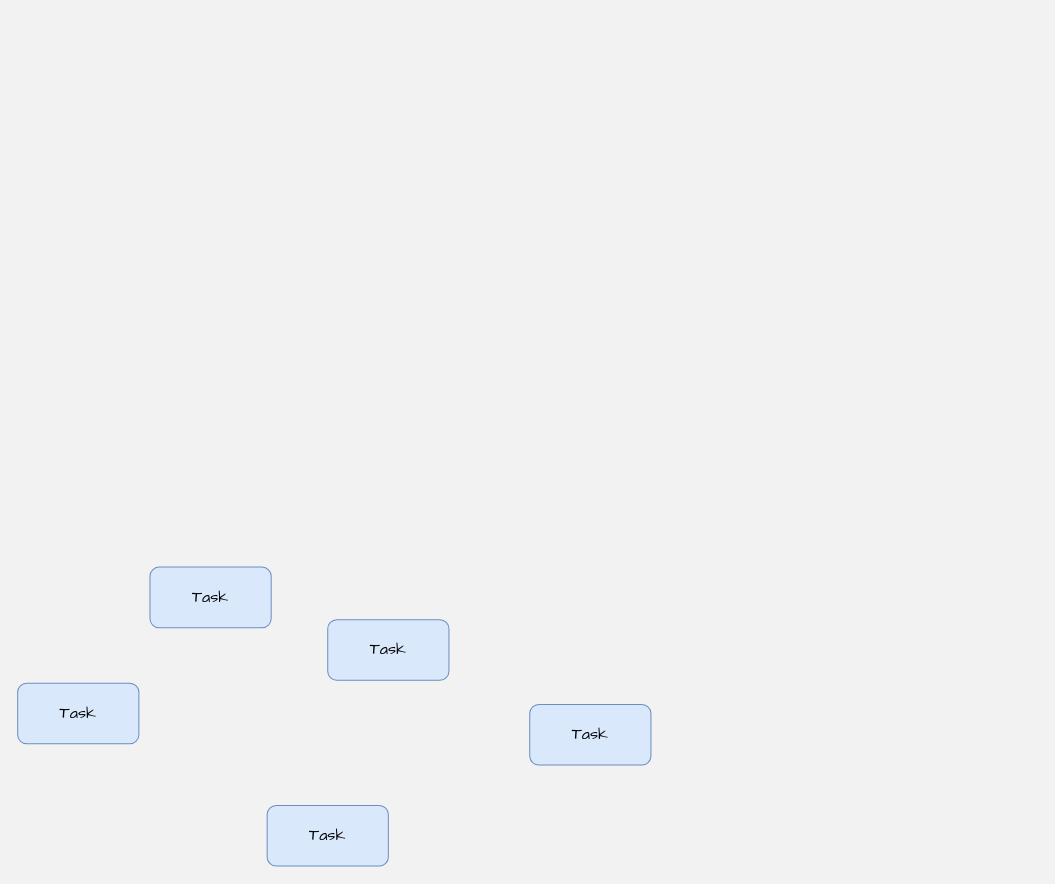
The draw.io diagram Untitled Diagram.drawio in Chouee/pic-bed, before the edit. Source tidied: cells renumbered, new cells numbered last; positions are measured from the earlier drawing's top-left corner, leaving out a move shared by most shapes. Both pictures are drawn from the tidied source at 101%, with x=0, y=0 at pixel (17, 567).
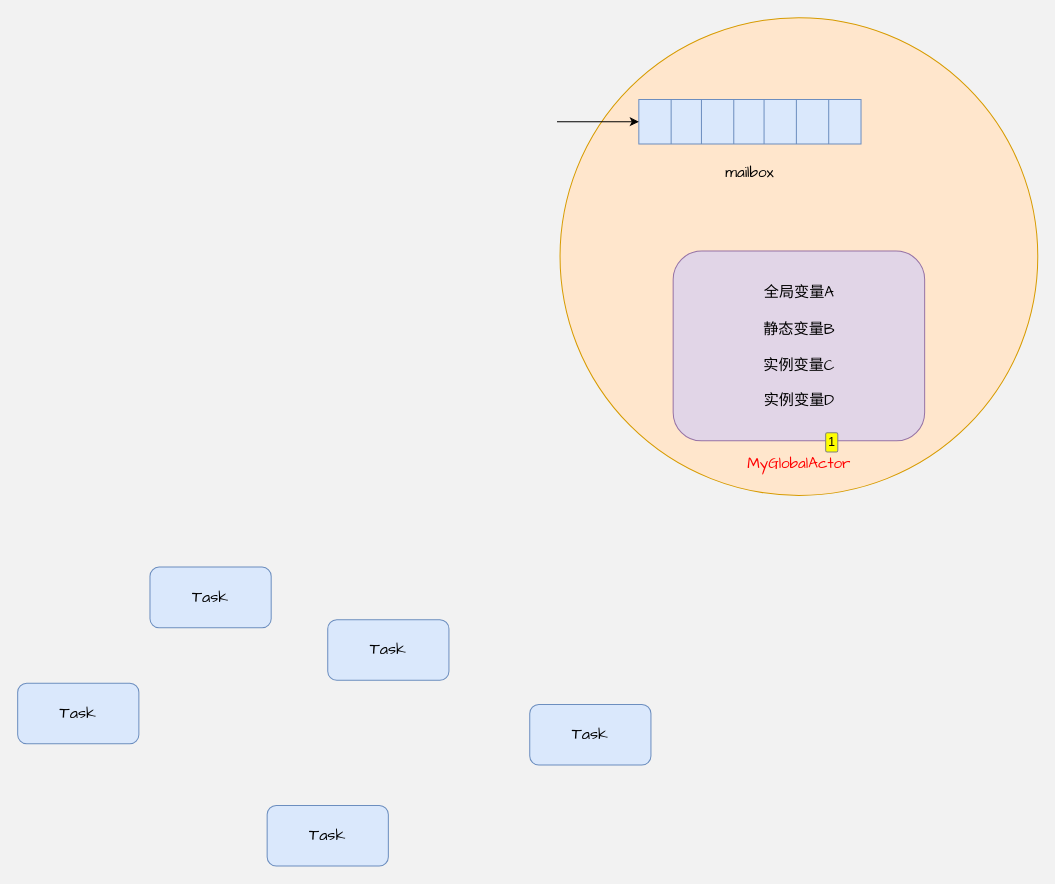
After the change.

What changed in the source:
```diff
@@
+    <mxCell id="7" style="ellipse;whiteSpace=wrap;html=1;fillColor=#ffe6cc;strokeColor=#d79b00;comic=0;" parent="1" vertex="1">
+      <mxGeometry x="537" y="-544" width="473" height="473" as="geometry" />
+    </mxCell>
+    <mxCell id="8" style="rounded=1;whiteSpace=wrap;html=1;fillColor=#e1d5e7;strokeColor=#9673a6;" parent="1" vertex="1">
+      <mxGeometry x="649" y="-313" width="249" height="188" as="geometry" />
+    </mxCell>
+    <mxCell id="9" value="全局变量A" style="text;html=1;strokeColor=none;fillColor=none;align=center;verticalAlign=middle;whiteSpace=wrap;rounded=0;comic=0;fontSize=15;fontFamily=Comic Sans MS;" parent="1" vertex="1">
+      <mxGeometry x="728.5" y="-287.5" width="90" height="30" as="geometry" />
+    </mxCell>
+    <mxCell id="10" value="静态变量B" style="text;html=1;strokeColor=none;fillColor=none;align=center;verticalAlign=middle;whiteSpace=wrap;rounded=0;comic=0;fontSize=15;fontFamily=Comic Sans MS;" parent="1" vertex="1">
+      <mxGeometry x="728.5" y="-250.5" width="90" height="30" as="geometry" />
+    </mxCell>
+    <mxCell id="11" value="实例变量C" style="text;html=1;strokeColor=none;fillColor=none;align=center;verticalAlign=middle;whiteSpace=wrap;rounded=0;comic=0;fontSize=15;fontFamily=Comic Sans MS;" parent="1" vertex="1">
+      <mxGeometry x="728.5" y="-215.5" width="90" height="30" as="geometry" />
+    </mxCell>
+    <mxCell id="12" value="MyGlobalActor" style="text;html=1;strokeColor=none;fillColor=none;align=center;verticalAlign=middle;whiteSpace=wrap;rounded=0;comic=1;enumerate=1;fontSize=15;fontFamily=Comic Sans MS;fontColor=#FF0000;" parent="1" vertex="1">
+      <mxGeometry x="743.5" y="-118" width="60" height="30" as="geometry" />
+    </mxCell>
+    <mxCell id="13" style="shape=table;html=1;whiteSpace=wrap;startSize=0;childLayout=tableLayout;comic=0;fillColor=#dae8fc;strokeColor=#6c8ebf;" parent="1" vertex="1">
+      <mxGeometry x="615" y="-463" width="220" height="44" as="geometry" />
+    </mxCell>
+    <mxCell id="14" style="shape=tableRow;horizontal=0;startSize=0;swimlaneHead=0;swimlaneBody=0;top=0;left=0;bottom=0;right=0;fillColor=none;points=[[0,0.5],[1,0.5]];portConstraint=eastwest;comic=0;" parent="13" vertex="1">
+      <mxGeometry width="220" height="44" as="geometry" />
+    </mxCell>
+    <mxCell id="15" style="shape=partialRectangle;html=1;whiteSpace=wrap;fillColor=none;top=0;left=0;bottom=0;right=0;overflow=hidden;comic=0;" parent="14" vertex="1">
+      <mxGeometry width="32" height="44" as="geometry" />
+    </mxCell>
+    <mxCell id="16" style="shape=partialRectangle;html=1;whiteSpace=wrap;fillColor=none;top=0;left=0;bottom=0;right=0;overflow=hidden;comic=0;" parent="14" vertex="1">
+      <mxGeometry x="32" width="30" height="44" as="geometry" />
+    </mxCell>
+    <mxCell id="17" style="shape=partialRectangle;html=1;whiteSpace=wrap;fillColor=none;top=0;left=0;bottom=0;right=0;overflow=hidden;comic=0;" parent="14" vertex="1">
+      <mxGeometry x="62" width="32" height="44" as="geometry" />
+    </mxCell>
+    <mxCell id="18" style="shape=partialRectangle;html=1;whiteSpace=wrap;fillColor=none;top=0;left=0;bottom=0;right=0;overflow=hidden;comic=0;" parent="14" vertex="1">
+      <mxGeometry x="94" width="30" height="44" as="geometry" />
+    </mxCell>
+    <mxCell id="19" style="shape=partialRectangle;html=1;whiteSpace=wrap;fillColor=none;top=0;left=0;bottom=0;right=0;overflow=hidden;comic=0;" parent="14" vertex="1">
+      <mxGeometry x="124" width="32" height="44" as="geometry" />
+    </mxCell>
+    <mxCell id="20" style="shape=partialRectangle;html=1;whiteSpace=wrap;fillColor=none;top=0;left=0;bottom=0;right=0;overflow=hidden;comic=0;" parent="14" vertex="1">
+      <mxGeometry x="156" width="32" height="44" as="geometry" />
+    </mxCell>
+    <mxCell id="21" style="shape=partialRectangle;html=1;whiteSpace=wrap;fillColor=none;top=0;left=0;bottom=0;right=0;overflow=hidden;comic=0;" parent="14" vertex="1">
+      <mxGeometry x="188" width="32" height="44" as="geometry" />
+    </mxCell>
+    <mxCell id="22" style="endArrow=classic;html=1;rounded=0;entryX=0;entryY=0.5;entryDx=0;entryDy=0;" parent="1" edge="1" target="14">
+      <mxGeometry relative="1" as="geometry">
+        <mxPoint x="534" y="-441" as="sourcePoint" />
+      </mxGeometry>
+    </mxCell>
+    <mxCell id="23" value="mailbox" style="text;html=1;strokeColor=none;fillColor=none;align=center;verticalAlign=middle;whiteSpace=wrap;rounded=0;comic=1;fontSize=15;fontFamily=Comic Sans MS;" parent="1" vertex="1">
+      <mxGeometry x="695" y="-406" width="60" height="30" as="geometry" />
+    </mxCell>
+    <mxCell id="24" value="实例变量D" style="text;html=1;strokeColor=none;fillColor=none;align=center;verticalAlign=middle;whiteSpace=wrap;rounded=0;comic=0;fontSize=15;fontFamily=Comic Sans MS;" parent="1" vertex="1">
+      <mxGeometry x="728.5" y="-180.5" width="90" height="30" as="geometry" />
+    </mxCell>
```
